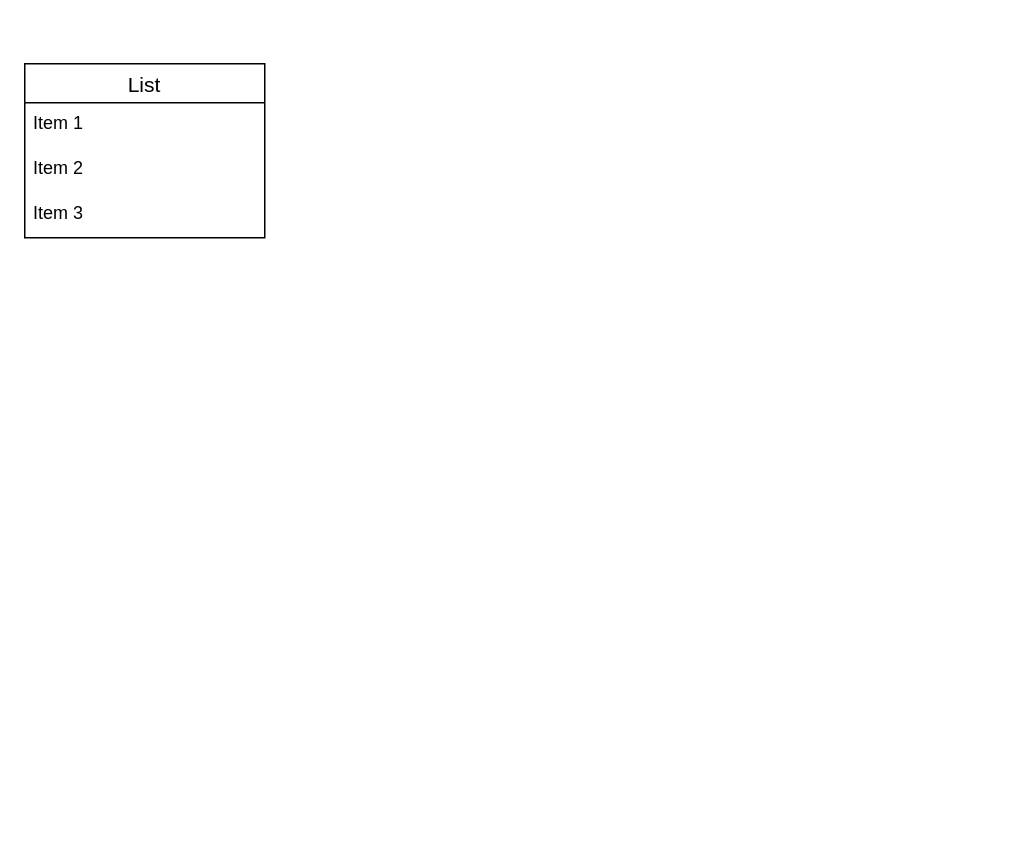
This is baseDeDatos.drawio from jmanzana1/upgradeProyectoFinal, a draw.io file, before an edit. Source tidied: cells renumbered, new cells numbered last; positions are measured from the earlier drawing's top-left corner, leaving out a move shared by most shapes. Both pictures are drawn from the tidied source at 150%, with x=0, y=0 at pixel (24, 63).
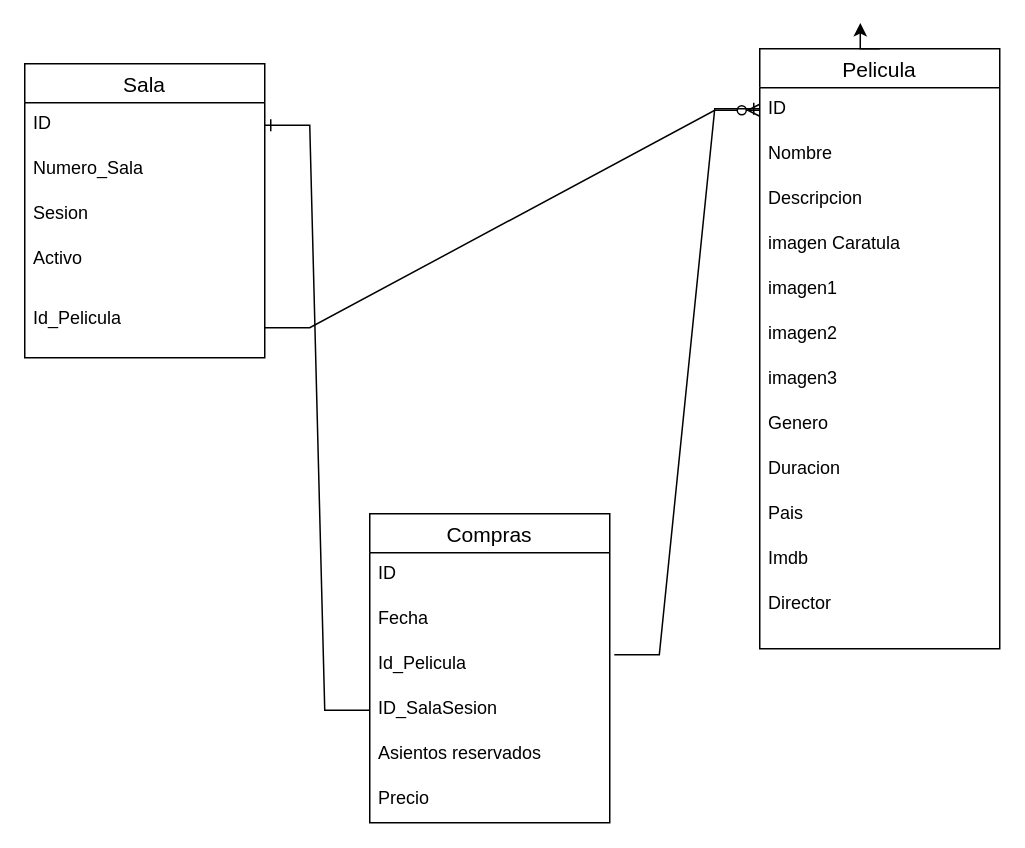
After the change.

What changed in the source:
```diff
@@
-    <mxCell id="2" value="List" style="swimlane;fontStyle=0;horizontal=1;startSize=26;align=center;fontSize=14;" parent="1" vertex="1">
-      <mxGeometry width="160" height="116" as="geometry" />
+    <mxCell id="2" value="Sala" style="swimlane;fontStyle=0;horizontal=1;startSize=26;align=center;fontSize=14;" parent="1" vertex="1">
+      <mxGeometry width="160" height="196" as="geometry" />
     </mxCell>
-    <mxCell id="3" value="Item 1" style="text;strokeColor=none;fillColor=none;spacingLeft=4;spacingRight=4;overflow=hidden;points=[[0,0.5],[1,0.5]];portConstraint=eastwest;fontSize=12;" parent="2" vertex="1">
+    <mxCell id="3" value="ID" style="text;strokeColor=none;fillColor=none;spacingLeft=4;spacingRight=4;overflow=hidden;points=[[0,0.5],[1,0.5]];portConstraint=eastwest;fontSize=12;" parent="2" vertex="1">
       <mxGeometry y="26" width="160" height="30" as="geometry" />
     </mxCell>
-    <mxCell id="4" value="Item 2" style="text;strokeColor=none;fillColor=none;spacingLeft=4;spacingRight=4;overflow=hidden;fontSize=12;" parent="2" vertex="1">
+    <mxCell id="4" value="Numero_Sala" style="text;strokeColor=none;fillColor=none;spacingLeft=4;spacingRight=4;overflow=hidden;fontSize=12;" parent="2" vertex="1">
       <mxGeometry y="56" width="160" height="30" as="geometry" />
     </mxCell>
+    <mxCell id="6" value="Sesion" style="text;strokeColor=none;fillColor=none;spacingLeft=4;spacingRight=4;overflow=hidden;fontSize=12;" parent="2" vertex="1">
+      <mxGeometry y="86" width="160" height="30" as="geometry" />
+    </mxCell>
-    <mxCell id="5" value="Item 3" style="text;strokeColor=none;fillColor=none;spacingLeft=4;spacingRight=4;overflow=hidden;fontSize=12;" parent="2" vertex="1">
-      <mxGeometry y="86" width="160" height="30" as="geometry" />
+    <mxCell id="5" value="Activo" style="text;strokeColor=none;fillColor=none;spacingLeft=4;spacingRight=4;overflow=hidden;fontSize=12;" parent="2" vertex="1">
+      <mxGeometry y="116" width="160" height="40" as="geometry" />
     </mxCell>
+    <mxCell id="7" value="Id_Pelicula" style="text;strokeColor=none;fillColor=none;spacingLeft=4;spacingRight=4;overflow=hidden;points=[[0,0.5],[1,0.5]];portConstraint=eastwest;fontSize=12;" parent="2" vertex="1">
+      <mxGeometry y="156" width="160" height="40" as="geometry" />
+    </mxCell>
+    <mxCell id="8" value="Pelicula" style="swimlane;fontStyle=0;horizontal=1;startSize=26;align=center;fontSize=14;" parent="1" vertex="1">
+      <mxGeometry x="490" y="-10" width="160" height="400" as="geometry" />
+    </mxCell>
+    <mxCell id="9" value="ID" style="text;strokeColor=none;fillColor=none;spacingLeft=4;spacingRight=4;overflow=hidden;points=[[0,0.5],[1,0.5]];portConstraint=eastwest;fontSize=12;" parent="8" vertex="1">
+      <mxGeometry y="26" width="160" height="30" as="geometry" />
+    </mxCell>
+    <mxCell id="10" value="Nombre" style="text;strokeColor=none;fillColor=none;spacingLeft=4;spacingRight=4;overflow=hidden;fontSize=12;" parent="8" vertex="1">
+      <mxGeometry y="56" width="160" height="30" as="geometry" />
+    </mxCell>
+    <mxCell id="11" value="Descripcion" style="text;strokeColor=none;fillColor=none;spacingLeft=4;spacingRight=4;overflow=hidden;fontSize=12;" parent="8" vertex="1">
+      <mxGeometry y="86" width="160" height="30" as="geometry" />
+    </mxCell>
+    <mxCell id="12" value="imagen Caratula" style="text;strokeColor=none;fillColor=none;spacingLeft=4;spacingRight=4;overflow=hidden;fontSize=12;" parent="8" vertex="1">
+      <mxGeometry y="116" width="160" height="30" as="geometry" />
+    </mxCell>
+    <mxCell id="13" value="imagen1" style="text;strokeColor=none;fillColor=none;spacingLeft=4;spacingRight=4;overflow=hidden;fontSize=12;" parent="8" vertex="1">
+      <mxGeometry y="146" width="160" height="30" as="geometry" />
+    </mxCell>
+    <mxCell id="14" value="imagen2" style="text;strokeColor=none;fillColor=none;spacingLeft=4;spacingRight=4;overflow=hidden;fontSize=12;" parent="8" vertex="1">
+      <mxGeometry y="176" width="160" height="30" as="geometry" />
+    </mxCell>
+    <mxCell id="15" value="imagen3" style="text;strokeColor=none;fillColor=none;spacingLeft=4;spacingRight=4;overflow=hidden;fontSize=12;" parent="8" vertex="1">
+      <mxGeometry y="206" width="160" height="30" as="geometry" />
+    </mxCell>
+    <mxCell id="16" value="Genero" style="text;strokeColor=none;fillColor=none;spacingLeft=4;spacingRight=4;overflow=hidden;fontSize=12;" parent="8" vertex="1">
+      <mxGeometry y="236" width="160" height="30" as="geometry" />
+    </mxCell>
+    <mxCell id="17" value="Duracion" style="text;strokeColor=none;fillColor=none;spacingLeft=4;spacingRight=4;overflow=hidden;fontSize=12;" parent="8" vertex="1">
+      <mxGeometry y="266" width="160" height="30" as="geometry" />
+    </mxCell>
+    <mxCell id="18" value="Pais" style="text;strokeColor=none;fillColor=none;spacingLeft=4;spacingRight=4;overflow=hidden;fontSize=12;" parent="8" vertex="1">
+      <mxGeometry y="296" width="160" height="30" as="geometry" />
+    </mxCell>
+    <mxCell id="19" value="Imdb" style="text;strokeColor=none;fillColor=none;spacingLeft=4;spacingRight=4;overflow=hidden;fontSize=12;" parent="8" vertex="1">
+      <mxGeometry y="326" width="160" height="30" as="geometry" />
+    </mxCell>
+    <mxCell id="20" value="Director" style="text;strokeColor=none;fillColor=none;spacingLeft=4;spacingRight=4;overflow=hidden;fontSize=12;" parent="8" vertex="1">
+      <mxGeometry y="356" width="160" height="44" as="geometry" />
+    </mxCell>
+    <mxCell id="21" style="edgeStyle=orthogonalEdgeStyle;rounded=0;orthogonalLoop=1;jettySize=auto;html=1;exitX=0.5;exitY=0;exitDx=0;exitDy=0;entryX=0.419;entryY=-0.043;entryDx=0;entryDy=0;entryPerimeter=0;" parent="1" edge="1" source="8" target="8">
+      <mxGeometry relative="1" as="geometry" />
+    </mxCell>
+    <mxCell id="22" style="edgeStyle=entityRelationEdgeStyle;fontSize=12;html=1;endArrow=ERzeroToMany;endFill=1;rounded=0;exitX=1;exitY=0.5;exitDx=0;exitDy=0;entryX=0;entryY=0.5;entryDx=0;entryDy=0;" parent="1" edge="1" source="7" target="9">
+      <mxGeometry relative="1" as="geometry" />
+    </mxCell>
+    <mxCell id="23" value="Compras" style="swimlane;fontStyle=0;horizontal=1;startSize=26;align=center;fontSize=14;" parent="1" vertex="1">
+      <mxGeometry x="230" y="300" width="160" height="206" as="geometry" />
+    </mxCell>
+    <mxCell id="24" value="ID" style="text;strokeColor=none;fillColor=none;spacingLeft=4;spacingRight=4;overflow=hidden;fontSize=12;" parent="23" vertex="1">
+      <mxGeometry y="26" width="160" height="30" as="geometry" />
+    </mxCell>
+    <mxCell id="25" value="Fecha" style="text;strokeColor=none;fillColor=none;spacingLeft=4;spacingRight=4;overflow=hidden;fontSize=12;" parent="23" vertex="1">
+      <mxGeometry y="56" width="160" height="30" as="geometry" />
+    </mxCell>
+    <mxCell id="26" value="Id_Pelicula" style="text;strokeColor=none;fillColor=none;spacingLeft=4;spacingRight=4;overflow=hidden;points=[[0,0.5],[1,0.5]];portConstraint=eastwest;fontSize=12;" parent="23" vertex="1">
+      <mxGeometry y="86" width="160" height="30" as="geometry" />
+    </mxCell>
+    <mxCell id="27" value="ID_SalaSesion" style="text;strokeColor=none;fillColor=none;spacingLeft=4;spacingRight=4;overflow=hidden;points=[[0,0.5],[1,0.5]];portConstraint=eastwest;fontSize=12;" parent="23" vertex="1">
+      <mxGeometry y="116" width="160" height="30" as="geometry" />
+    </mxCell>
+    <mxCell id="28" value="Asientos reservados" style="text;strokeColor=none;fillColor=none;spacingLeft=4;spacingRight=4;overflow=hidden;fontSize=12;" parent="23" vertex="1">
+      <mxGeometry y="146" width="160" height="30" as="geometry" />
+    </mxCell>
+    <mxCell id="29" value="Precio" style="text;strokeColor=none;fillColor=none;spacingLeft=4;spacingRight=4;overflow=hidden;fontSize=12;" parent="23" vertex="1">
+      <mxGeometry y="176" width="160" height="30" as="geometry" />
+    </mxCell>
+    <mxCell id="30" style="edgeStyle=entityRelationEdgeStyle;fontSize=12;html=1;endArrow=ERone;endFill=1;rounded=0;exitX=1.019;exitY=0.267;exitDx=0;exitDy=0;exitPerimeter=0;" parent="1" edge="1" source="26">
+      <mxGeometry relative="1" as="geometry">
+        <mxPoint x="490" y="30" as="targetPoint" />
+      </mxGeometry>
+    </mxCell>
+    <mxCell id="31" style="edgeStyle=entityRelationEdgeStyle;fontSize=12;html=1;endArrow=ERone;endFill=1;rounded=0;" parent="1" edge="1" source="27" target="3">
+      <mxGeometry relative="1" as="geometry" />
+    </mxCell>
```
